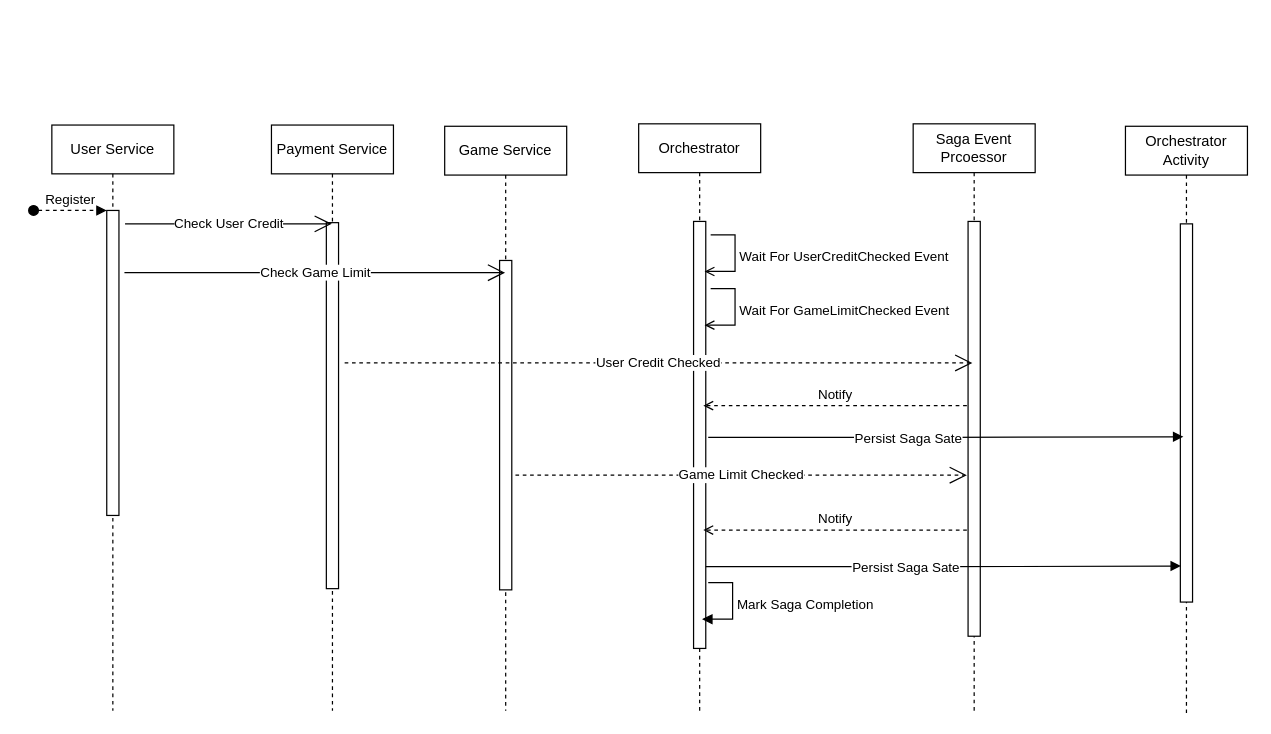
Before: Sequence Diagram.drawio in sajanep/FantasyGaming, a draw.io diagram. Source tidied: cells renumbered, new cells numbered last; positions are measured from the earlier drawing's top-left corner, leaving out a move shared by most shapes. Both pictures are drawn from the tidied source at 122%, with x=0, y=0 at pixel (33, 123).
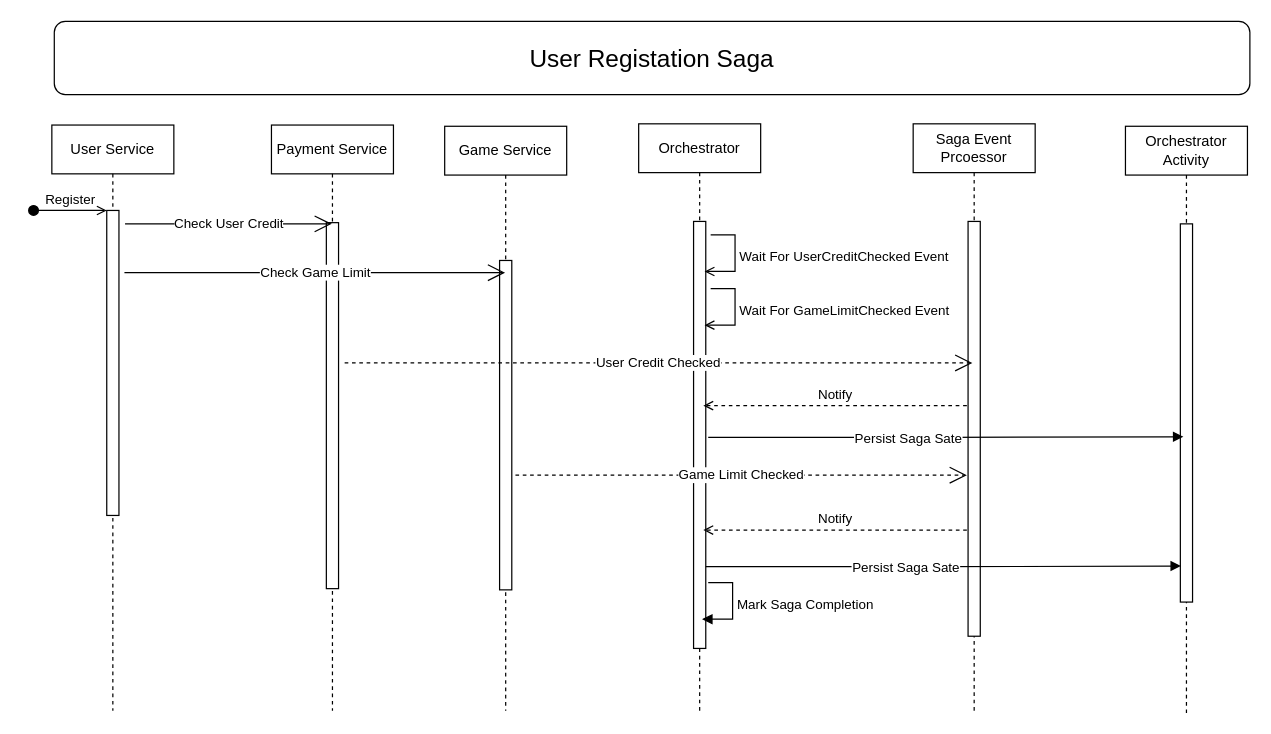
The same page after the edit.

The change refers to these unchanged cells:
```xml
<mxCell id="2" value="User Service" style="shape=umlLifeline;perimeter=lifelinePerimeter;whiteSpace=wrap;html=1;newEdgeStyle={&quot;edgeStyle&quot;:&quot;elbowEdgeStyle&quot;,&quot;elbow&quot;:&quot;vertical&quot;,&quot;curved&quot;:0,&quot;rounded&quot;:0};" parent="1" vertex="1">
  <mxGeometry x="15" y="1" width="100" height="480" as="geometry" />
</mxCell>
<mxCell id="3" style="html=1;points=[];perimeter=orthogonalPerimeter;outlineConnect=0;targetShapes=umlLifeline;portConstraint=eastwest;newEdgeStyle={&quot;edgeStyle&quot;:&quot;elbowEdgeStyle&quot;,&quot;elbow&quot;:&quot;vertical&quot;,&quot;curved&quot;:0,&quot;rounded&quot;:0};" parent="2" vertex="1">
  <mxGeometry x="45" y="70" width="10" height="250" as="geometry" />
</mxCell>
```

Diff of the diagram source:
```diff
@@
-    <mxCell id="4" value="Register" style="html=1;verticalAlign=bottom;startArrow=oval;endArrow=block;startSize=8;edgeStyle=elbowEdgeStyle;elbow=vertical;curved=0;rounded=0;dashed=1;" parent="2" edge="1" target="3">
+    <mxCell id="4" value="Register" style="html=1;verticalAlign=bottom;startArrow=oval;endArrow=open;startSize=8;edgeStyle=elbowEdgeStyle;elbow=vertical;curved=0;rounded=0;endFill=0;" parent="2" edge="1" target="3">
       <mxGeometry relative="1" as="geometry">
         <mxPoint x="-15" y="70" as="sourcePoint" />
       </mxGeometry>
     </mxCell>
@@
+    <mxCell id="26" value="&lt;font style=&quot;font-size: 20px;&quot;&gt;User Registation Saga&lt;/font&gt;" style="rounded=1;whiteSpace=wrap;html=1;" parent="1" vertex="1">
+      <mxGeometry x="17" y="-84" width="980" height="60" as="geometry" />
+    </mxCell>
```
